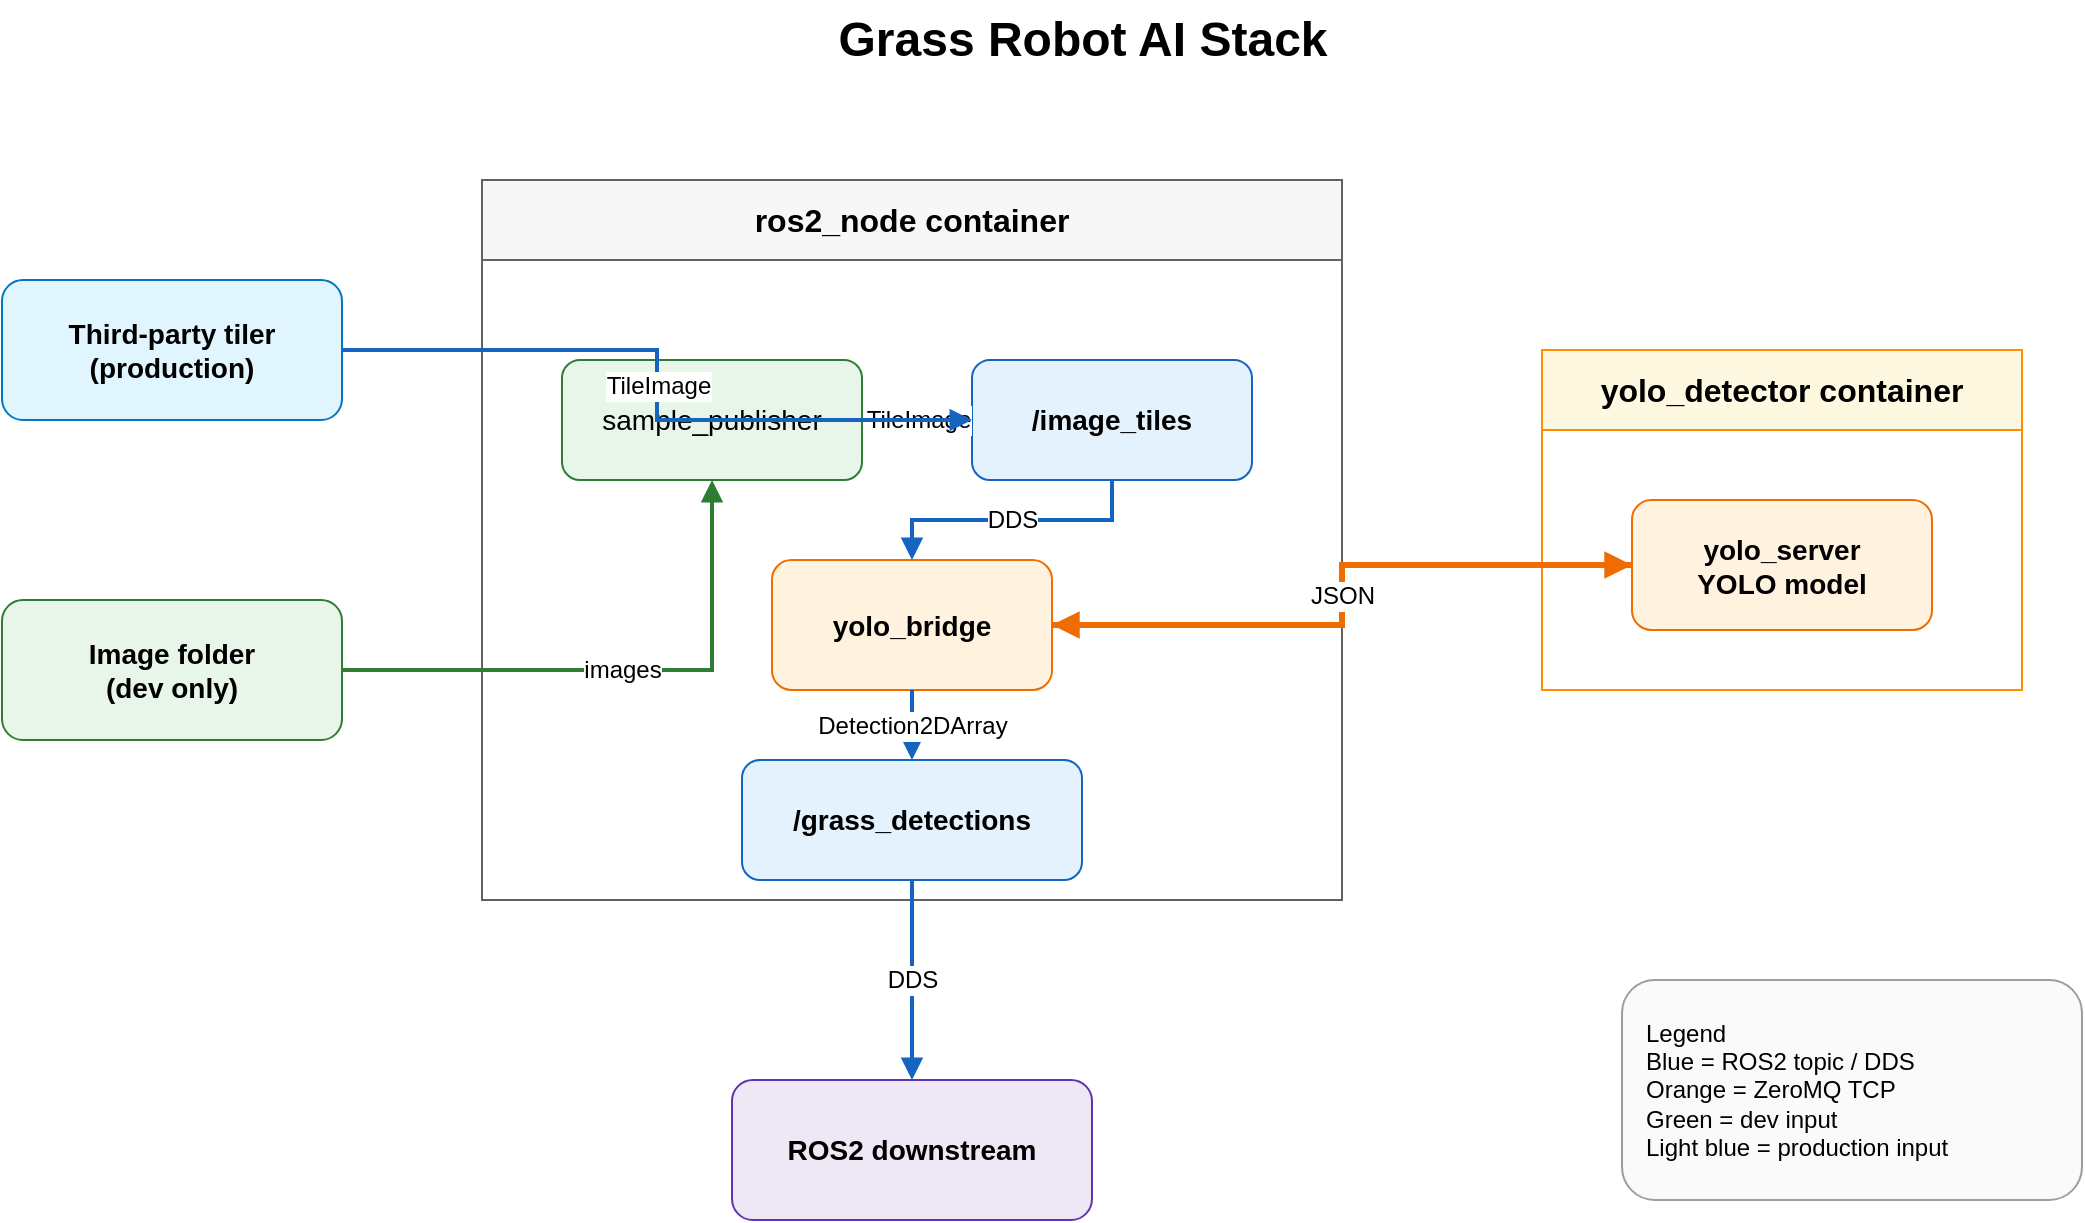
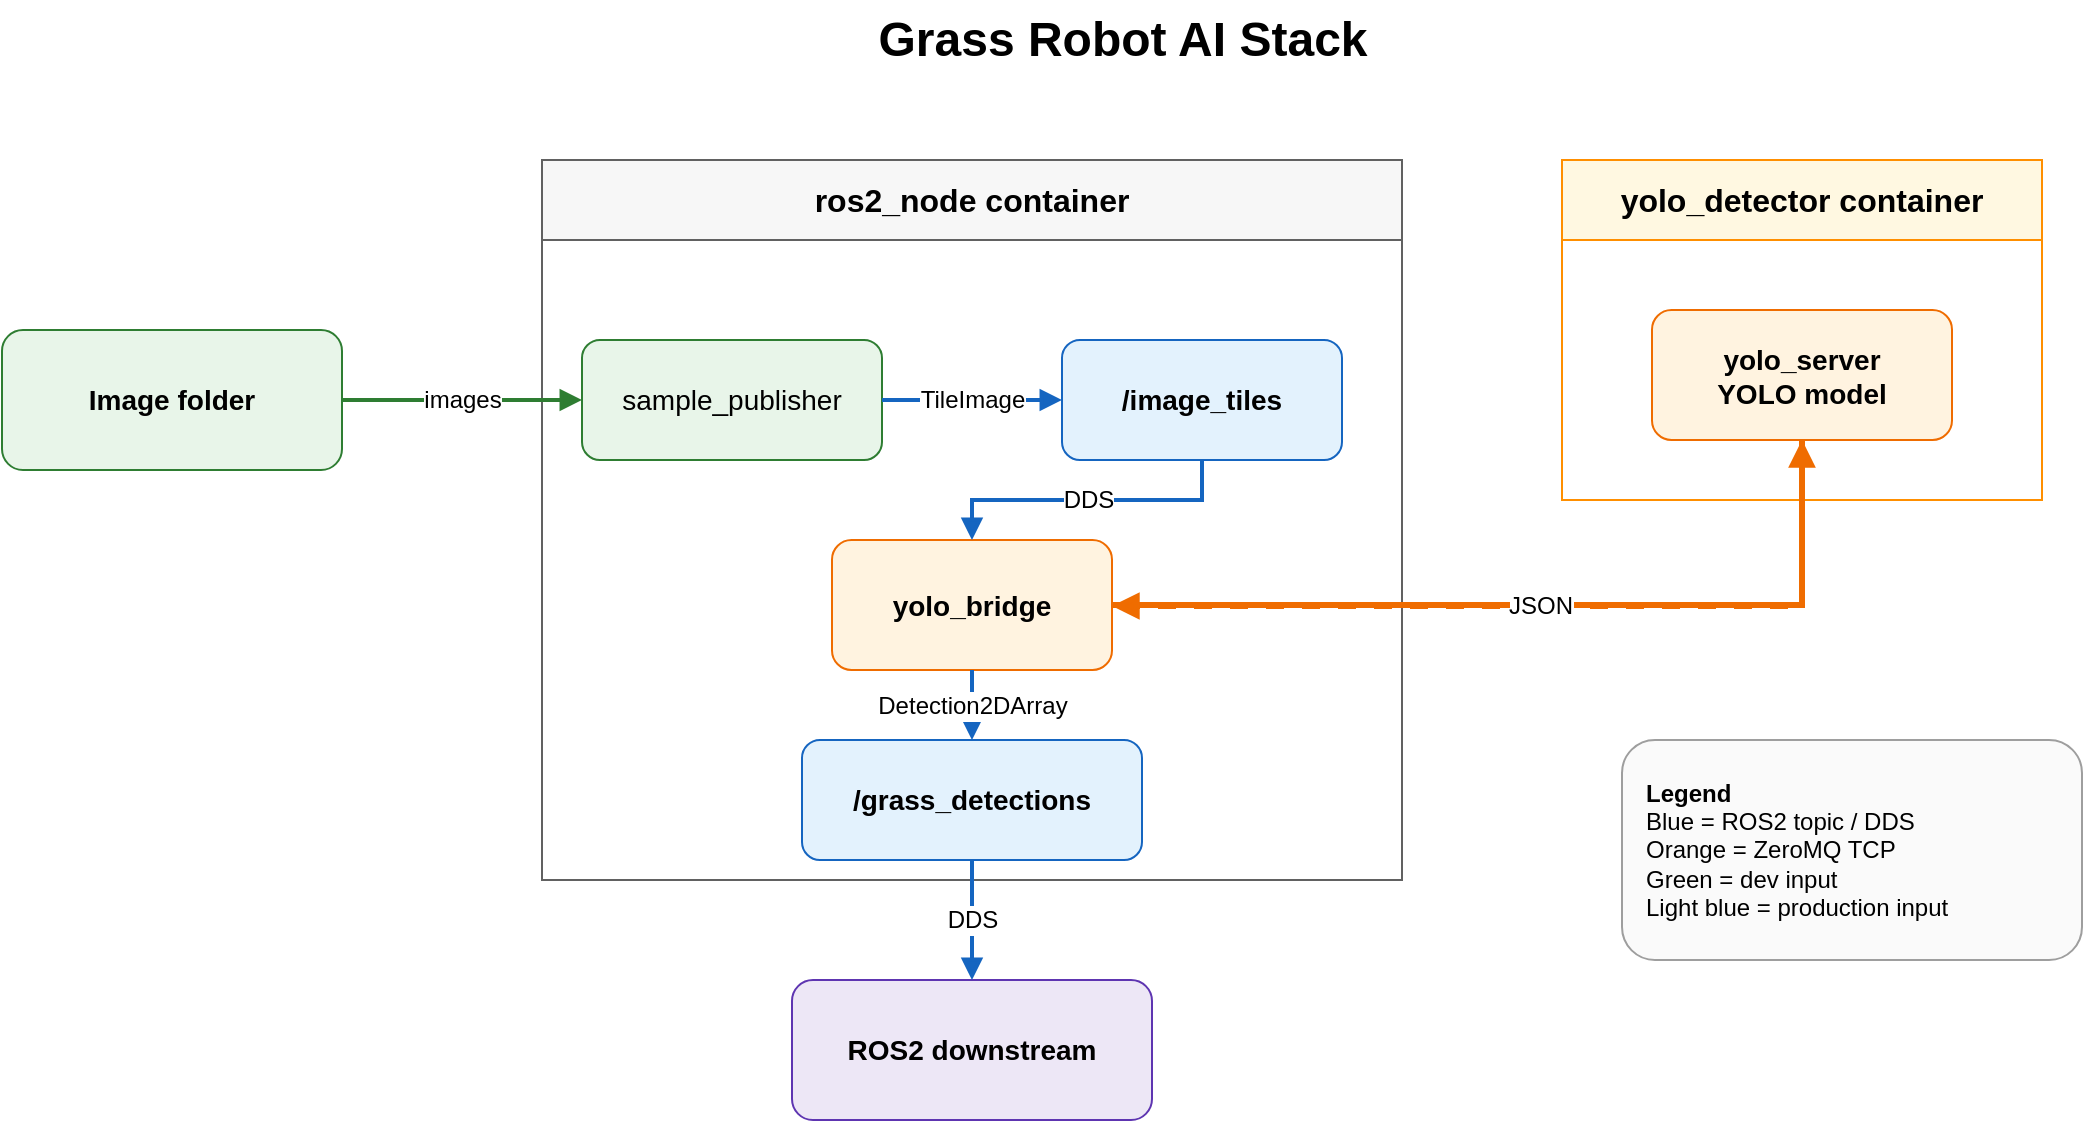
- <mxfile host="app.diagrams.net" modified="2026-07-08T00:00:00.000Z" agent="Codex" version="24.7.17" type="device">
-   <diagram id="grass-robot-ai-stack-simple" name="Simple Architecture">
-     <mxGraphModel dx="1400" dy="850" grid="1" gridSize="10" guides="1" tooltips="1" connect="1" arrows="1" fold="1" page="1" pageScale="1" pageWidth="1200" pageHeight="800" math="0" shadow="0">
-       <root>
-         <mxCell id="0" />
-         <mxCell id="1" parent="0" />
- 
-         <mxCell id="title" value="Grass Robot AI Stack" style="text;html=1;strokeColor=none;fillColor=none;fontSize=24;fontStyle=1;align=center;verticalAlign=middle;" vertex="1" parent="1">
-           <mxGeometry x="290" y="30" width="620" height="40" as="geometry" />
-         </mxCell>
- 
-         <mxCell id="input_prod" value="Third-party tiler&#xa;(production)" style="rounded=1;whiteSpace=wrap;html=1;fillColor=#e1f5fe;strokeColor=#0277bd;fontSize=14;fontStyle=1;" vertex="1" parent="1">
-           <mxGeometry x="60" y="170" width="170" height="70" as="geometry" />
-         </mxCell>
-         <mxCell id="input_dev" value="Image folder&#xa;(dev only)" style="rounded=1;whiteSpace=wrap;html=1;fillColor=#e8f5e9;strokeColor=#2e7d32;fontSize=14;fontStyle=1;" vertex="1" parent="1">
-           <mxGeometry x="60" y="330" width="170" height="70" as="geometry" />
-         </mxCell>
- 
-         <mxCell id="ros2_box" value="ros2_node container" style="swimlane;html=1;whiteSpace=wrap;fillColor=#f7f7f7;strokeColor=#616161;fontSize=16;fontStyle=1;startSize=40;" vertex="1" parent="1">
-           <mxGeometry x="300" y="120" width="430" height="360" as="geometry" />
-         </mxCell>
-         <mxCell id="sample" value="sample_publisher" style="rounded=1;whiteSpace=wrap;html=1;fillColor=#e8f5e9;strokeColor=#2e7d32;fontSize=14;" vertex="1" parent="ros2_box">
-           <mxGeometry x="40" y="90" width="150" height="60" as="geometry" />
-         </mxCell>
-         <mxCell id="tiles" value="/image_tiles" style="rounded=1;whiteSpace=wrap;html=1;fillColor=#e3f2fd;strokeColor=#1565c0;fontSize=14;fontStyle=1;" vertex="1" parent="ros2_box">
-           <mxGeometry x="245" y="90" width="140" height="60" as="geometry" />
-         </mxCell>
-         <mxCell id="bridge" value="yolo_bridge" style="rounded=1;whiteSpace=wrap;html=1;fillColor=#fff3e0;strokeColor=#ef6c00;fontSize=14;fontStyle=1;" vertex="1" parent="ros2_box">
-           <mxGeometry x="145" y="190" width="140" height="65" as="geometry" />
-         </mxCell>
-         <mxCell id="detections" value="/grass_detections" style="rounded=1;whiteSpace=wrap;html=1;fillColor=#e3f2fd;strokeColor=#1565c0;fontSize=14;fontStyle=1;" vertex="1" parent="ros2_box">
-           <mxGeometry x="130" y="290" width="170" height="60" as="geometry" />
-         </mxCell>
- 
-         <mxCell id="yolo_box" value="yolo_detector container" style="swimlane;html=1;whiteSpace=wrap;fillColor=#fff8e1;strokeColor=#ff8f00;fontSize=16;fontStyle=1;startSize=40;" vertex="1" parent="1">
-           <mxGeometry x="830" y="205" width="240" height="170" as="geometry" />
-         </mxCell>
-         <mxCell id="server" value="yolo_server&#xa;YOLO model" style="rounded=1;whiteSpace=wrap;html=1;fillColor=#fff3e0;strokeColor=#ef6c00;fontSize=14;fontStyle=1;" vertex="1" parent="yolo_box">
-           <mxGeometry x="45" y="75" width="150" height="65" as="geometry" />
-         </mxCell>
- 
-         <mxCell id="downstream" value="ROS2 downstream" style="rounded=1;whiteSpace=wrap;html=1;fillColor=#ede7f6;strokeColor=#5e35b1;fontSize=14;fontStyle=1;" vertex="1" parent="1">
-           <mxGeometry x="425" y="570" width="180" height="70" as="geometry" />
-         </mxCell>
- 
-         <mxCell id="legend" value="Legend&#xa;Blue = ROS2 topic / DDS&#xa;Orange = ZeroMQ TCP&#xa;Green = dev input&#xa;Light blue = production input" style="rounded=1;whiteSpace=wrap;html=1;fillColor=#fafafa;strokeColor=#9e9e9e;fontSize=12;align=left;spacingLeft=10;" vertex="1" parent="1">
-           <mxGeometry x="870" y="520" width="230" height="110" as="geometry" />
-         </mxCell>
- 
-         <mxCell id="e_prod_tiles" value="TileImage" style="edgeStyle=orthogonalEdgeStyle;rounded=0;orthogonalLoop=1;jettySize=auto;html=1;strokeColor=#1565c0;strokeWidth=2;endArrow=block;endFill=1;fontSize=12;" edge="1" parent="1" source="input_prod" target="tiles">
-           <mxGeometry relative="1" as="geometry" />
-         </mxCell>
-         <mxCell id="e_dev_sample" value="images" style="edgeStyle=orthogonalEdgeStyle;rounded=0;orthogonalLoop=1;jettySize=auto;html=1;strokeColor=#2e7d32;strokeWidth=2;endArrow=block;endFill=1;fontSize=12;" edge="1" parent="1" source="input_dev" target="sample">
-           <mxGeometry relative="1" as="geometry" />
-         </mxCell>
-         <mxCell id="e_sample_tiles" value="TileImage" style="edgeStyle=orthogonalEdgeStyle;rounded=0;orthogonalLoop=1;jettySize=auto;html=1;strokeColor=#1565c0;strokeWidth=2;endArrow=block;endFill=1;fontSize=12;" edge="1" parent="ros2_box" source="sample" target="tiles">
-           <mxGeometry relative="1" as="geometry" />
-         </mxCell>
-         <mxCell id="e_tiles_bridge" value="DDS" style="edgeStyle=orthogonalEdgeStyle;rounded=0;orthogonalLoop=1;jettySize=auto;html=1;strokeColor=#1565c0;strokeWidth=2;endArrow=block;endFill=1;fontSize=12;" edge="1" parent="ros2_box" source="tiles" target="bridge">
-           <mxGeometry relative="1" as="geometry" />
-         </mxCell>
-         <mxCell id="e_bridge_yolo" value="JPEG" style="edgeStyle=orthogonalEdgeStyle;rounded=0;orthogonalLoop=1;jettySize=auto;html=1;strokeColor=#ef6c00;strokeWidth=3;endArrow=block;endFill=1;fontSize=12;" edge="1" parent="1" source="bridge" target="server">
-           <mxGeometry relative="1" as="geometry" />
-         </mxCell>
-         <mxCell id="e_yolo_bridge" value="JSON" style="edgeStyle=orthogonalEdgeStyle;rounded=0;orthogonalLoop=1;jettySize=auto;html=1;strokeColor=#ef6c00;strokeWidth=3;dashed=1;endArrow=block;endFill=1;fontSize=12;" edge="1" parent="1" source="server" target="bridge">
-           <mxGeometry relative="1" as="geometry" />
-         </mxCell>
-         <mxCell id="e_bridge_detections" value="Detection2DArray" style="edgeStyle=orthogonalEdgeStyle;rounded=0;orthogonalLoop=1;jettySize=auto;html=1;strokeColor=#1565c0;strokeWidth=2;endArrow=block;endFill=1;fontSize=12;" edge="1" parent="ros2_box" source="bridge" target="detections">
-           <mxGeometry relative="1" as="geometry" />
-         </mxCell>
-         <mxCell id="e_detections_downstream" value="DDS" style="edgeStyle=orthogonalEdgeStyle;rounded=0;orthogonalLoop=1;jettySize=auto;html=1;strokeColor=#1565c0;strokeWidth=2;endArrow=block;endFill=1;fontSize=12;" edge="1" parent="1" source="detections" target="downstream">
-           <mxGeometry relative="1" as="geometry" />
-         </mxCell>
-       </root>
-     </mxGraphModel>
-   </diagram>
- </mxfile>
+ <mxfile host="65bd71144e">
+     <diagram id="grass-robot-ai-stack-simple" name="Simple Architecture">
+         <mxGraphModel dx="637" dy="902" grid="1" gridSize="10" guides="1" tooltips="1" connect="1" arrows="1" fold="1" page="1" pageScale="1" pageWidth="1200" pageHeight="800" math="0" shadow="0">
+             <root>
+                 <mxCell id="0"/>
+                 <mxCell id="1" parent="0"/>
+                 <mxCell id="title" value="Grass Robot AI Stack" style="text;html=1;strokeColor=none;fillColor=none;fontSize=24;fontStyle=1;align=center;verticalAlign=middle;" parent="1" vertex="1">
+                     <mxGeometry x="290" y="30" width="620" height="40" as="geometry"/>
+                 </mxCell>
+                 <mxCell id="input_dev" value="Image folder" style="rounded=1;whiteSpace=wrap;html=1;fillColor=#e8f5e9;strokeColor=#2e7d32;fontSize=14;fontStyle=1;" parent="1" vertex="1">
+                     <mxGeometry x="40" y="195" width="170" height="70" as="geometry"/>
+                 </mxCell>
+                 <mxCell id="ros2_box" value="ros2_node container" style="swimlane;html=1;whiteSpace=wrap;fillColor=#f7f7f7;strokeColor=#616161;fontSize=16;fontStyle=1;startSize=40;" parent="1" vertex="1">
+                     <mxGeometry x="310" y="110" width="430" height="360" as="geometry"/>
+                 </mxCell>
+                 <mxCell id="sample" value="sample_publisher" style="rounded=1;whiteSpace=wrap;html=1;fillColor=#e8f5e9;strokeColor=#2e7d32;fontSize=14;" parent="ros2_box" vertex="1">
+                     <mxGeometry x="20" y="90" width="150" height="60" as="geometry"/>
+                 </mxCell>
+                 <mxCell id="tiles" value="/image_tiles" style="rounded=1;whiteSpace=wrap;html=1;fillColor=#e3f2fd;strokeColor=#1565c0;fontSize=14;fontStyle=1;" parent="ros2_box" vertex="1">
+                     <mxGeometry x="260" y="90" width="140" height="60" as="geometry"/>
+                 </mxCell>
+                 <mxCell id="bridge" value="yolo_bridge" style="rounded=1;whiteSpace=wrap;html=1;fillColor=#fff3e0;strokeColor=#ef6c00;fontSize=14;fontStyle=1;" parent="ros2_box" vertex="1">
+                     <mxGeometry x="145" y="190" width="140" height="65" as="geometry"/>
+                 </mxCell>
+                 <mxCell id="detections" value="/grass_detections" style="rounded=1;whiteSpace=wrap;html=1;fillColor=#e3f2fd;strokeColor=#1565c0;fontSize=14;fontStyle=1;" parent="ros2_box" vertex="1">
+                     <mxGeometry x="130" y="290" width="170" height="60" as="geometry"/>
+                 </mxCell>
+                 <mxCell id="e_sample_tiles" value="TileImage" style="edgeStyle=orthogonalEdgeStyle;rounded=0;orthogonalLoop=1;jettySize=auto;html=1;strokeColor=#1565c0;strokeWidth=2;endArrow=block;endFill=1;fontSize=12;" parent="ros2_box" source="sample" target="tiles" edge="1">
+                     <mxGeometry relative="1" as="geometry"/>
+                 </mxCell>
+                 <mxCell id="e_tiles_bridge" value="DDS" style="edgeStyle=orthogonalEdgeStyle;rounded=0;orthogonalLoop=1;jettySize=auto;html=1;strokeColor=#1565c0;strokeWidth=2;endArrow=block;endFill=1;fontSize=12;" parent="ros2_box" source="tiles" target="bridge" edge="1">
+                     <mxGeometry relative="1" as="geometry"/>
+                 </mxCell>
+                 <mxCell id="e_bridge_detections" value="Detection2DArray" style="edgeStyle=orthogonalEdgeStyle;rounded=0;orthogonalLoop=1;jettySize=auto;html=1;strokeColor=#1565c0;strokeWidth=2;endArrow=block;endFill=1;fontSize=12;" parent="ros2_box" source="bridge" target="detections" edge="1">
+                     <mxGeometry relative="1" as="geometry"/>
+                 </mxCell>
+                 <mxCell id="yolo_box" value="yolo_detector container" style="swimlane;html=1;whiteSpace=wrap;fillColor=#fff8e1;strokeColor=#ff8f00;fontSize=16;fontStyle=1;startSize=40;" parent="1" vertex="1">
+                     <mxGeometry x="820" y="110" width="240" height="170" as="geometry"/>
+                 </mxCell>
+                 <mxCell id="server" value="yolo_server&#xa;YOLO model" style="rounded=1;whiteSpace=wrap;html=1;fillColor=#fff3e0;strokeColor=#ef6c00;fontSize=14;fontStyle=1;" parent="yolo_box" vertex="1">
+                     <mxGeometry x="45" y="75" width="150" height="65" as="geometry"/>
+                 </mxCell>
+                 <mxCell id="downstream" value="ROS2 downstream" style="rounded=1;whiteSpace=wrap;html=1;fillColor=#ede7f6;strokeColor=#5e35b1;fontSize=14;fontStyle=1;" parent="1" vertex="1">
+                     <mxGeometry x="435" y="520" width="180" height="70" as="geometry"/>
+                 </mxCell>
+                 <mxCell id="legend" value="&lt;b&gt;Legend&lt;/b&gt;&lt;br&gt;Blue = ROS2 topic / DDS&lt;br&gt;Orange = ZeroMQ TCP&lt;br&gt;Green = dev input&lt;br&gt;Light blue = production input" style="rounded=1;whiteSpace=wrap;html=1;fillColor=#fafafa;strokeColor=#9e9e9e;fontSize=12;align=left;spacingLeft=10;" parent="1" vertex="1">
+                     <mxGeometry x="850" y="400" width="230" height="110" as="geometry"/>
+                 </mxCell>
+                 <mxCell id="e_dev_sample" value="images" style="edgeStyle=orthogonalEdgeStyle;rounded=0;orthogonalLoop=1;jettySize=auto;html=1;strokeColor=#2e7d32;strokeWidth=2;endArrow=block;endFill=1;fontSize=12;" parent="1" source="input_dev" target="sample" edge="1">
+                     <mxGeometry relative="1" as="geometry"/>
+                 </mxCell>
+                 <mxCell id="e_bridge_yolo" value="JPEG" style="edgeStyle=orthogonalEdgeStyle;rounded=0;orthogonalLoop=1;jettySize=auto;html=1;strokeColor=#ef6c00;strokeWidth=3;endArrow=block;endFill=1;fontSize=12;" parent="1" source="bridge" target="server" edge="1">
+                     <mxGeometry relative="1" as="geometry"/>
+                 </mxCell>
+                 <mxCell id="e_yolo_bridge" value="JSON" style="edgeStyle=orthogonalEdgeStyle;rounded=0;orthogonalLoop=1;jettySize=auto;html=1;strokeColor=#ef6c00;strokeWidth=3;dashed=1;endArrow=block;endFill=1;fontSize=12;" parent="1" source="server" target="bridge" edge="1">
+                     <mxGeometry relative="1" as="geometry">
+                         <Array as="points">
+                             <mxPoint x="940" y="333"/>
+                         </Array>
+                     </mxGeometry>
+                 </mxCell>
+                 <mxCell id="e_detections_downstream" value="DDS" style="edgeStyle=orthogonalEdgeStyle;rounded=0;orthogonalLoop=1;jettySize=auto;html=1;strokeColor=#1565c0;strokeWidth=2;endArrow=block;endFill=1;fontSize=12;" parent="1" source="detections" target="downstream" edge="1">
+                     <mxGeometry relative="1" as="geometry"/>
+                 </mxCell>
+             </root>
+         </mxGraphModel>
+     </diagram>
+ </mxfile>